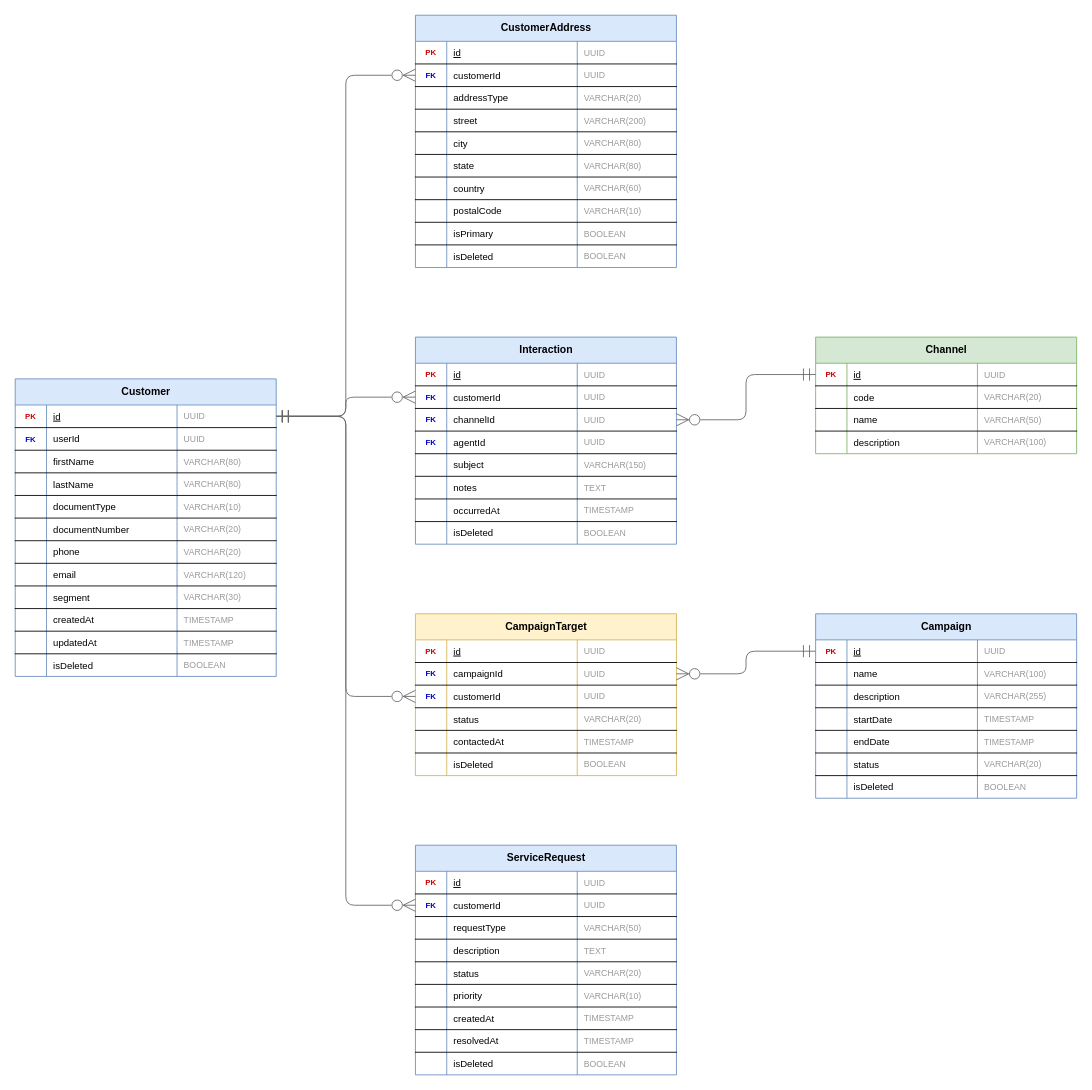
The draw.io diagram docs/diagrams/er/crm_er.drawio in javer-ia-nos/documentacion, before the edit. Source tidied: cells renumbered, new cells numbered last; positions are measured from the earlier drawing's top-left corner, leaving out a move shared by most shapes. Both pictures are drawn from the tidied source at 87%, with x=0, y=0 at pixel (15, 15).
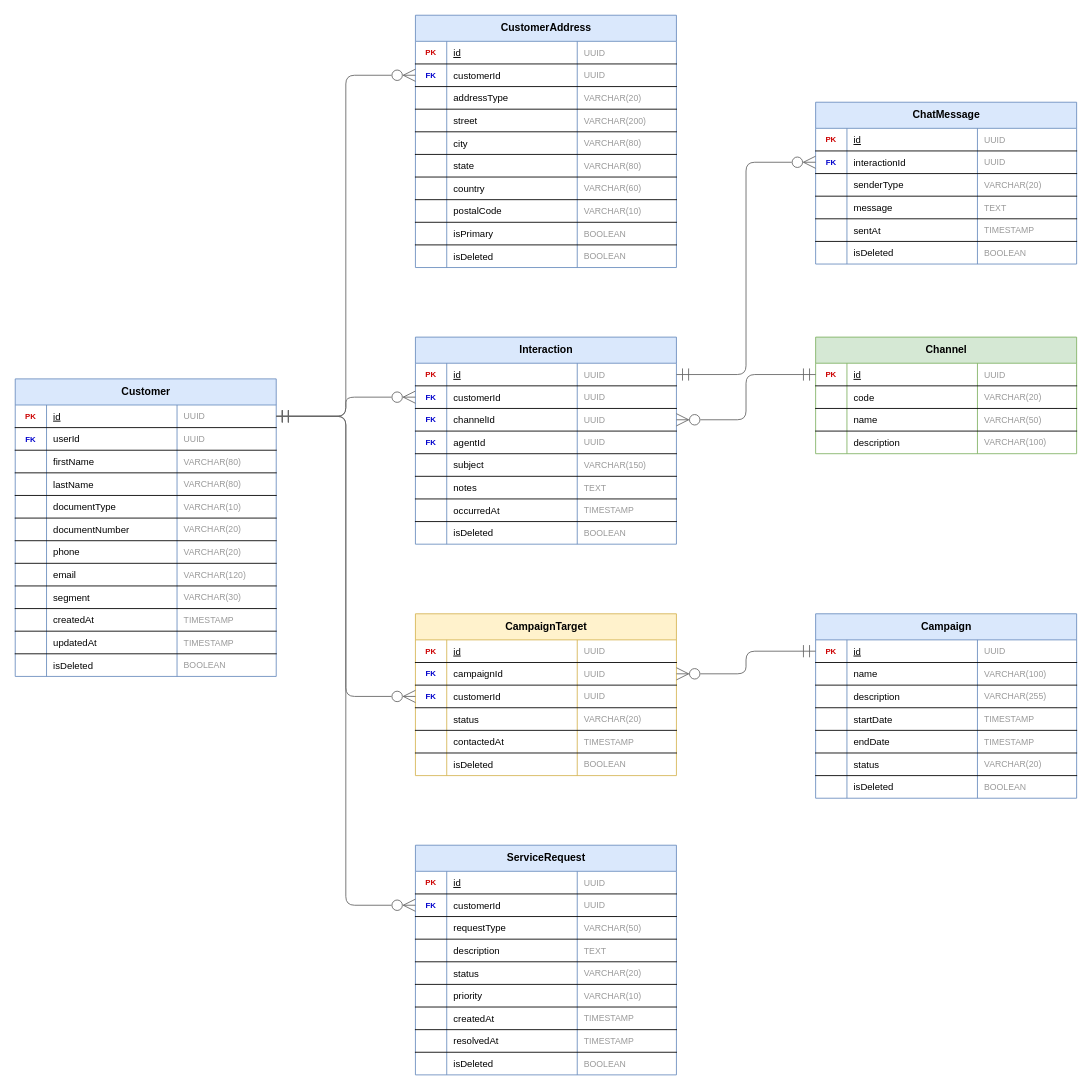
After the change.

Commit message (it also covers changes not shown here):
feat(docs): agregar entidad ChatMessage al modelo E/R de CRM (CU-02)

The change refers to these unchanged cells:
```xml
<mxCell id="93" style="shape=partialRectangle;fillColor=none;points=[[0,0.5],[1,0.5]];portConstraint=eastwest;top=0;left=0;right=0;bottom=1;" parent="92" vertex="1">
  <mxGeometry y="30" width="300" height="26" as="geometry" />
</mxCell>
```

The edit, as a diff of the source:
```diff
@@
+    <mxCell id="239" value="ChatMessage" style="shape=table;startSize=30;childLayout=tableLayout;rowLines=0;fontStyle=1;align=center;fillColor=#dae8fc;strokeColor=#6c8ebf;fontSize=12;html=1;" parent="1" vertex="1">
+      <mxGeometry x="920" y="100" width="300" height="186" as="geometry" />
+    </mxCell>
+    <mxCell id="240" style="shape=partialRectangle;fillColor=none;top=0;left=0;right=0;bottom=1;" parent="239" vertex="1">
+      <mxGeometry y="30" width="300" height="26" as="geometry" />
+    </mxCell>
+    <mxCell id="241" value="PK" style="shape=partialRectangle;overflow=hidden;fillColor=none;top=0;left=0;bottom=0;right=0;fontStyle=1;fontColor=#CC0000;fontSize=9;align=center;" parent="240" vertex="1">
+      <mxGeometry width="36" height="26" as="geometry" />
+    </mxCell>
+    <mxCell id="242" value="id" style="shape=partialRectangle;overflow=hidden;fillColor=none;top=0;left=0;bottom=0;right=0;align=left;spacingLeft=6;fontStyle=4;fontSize=11;" parent="240" vertex="1">
+      <mxGeometry x="36" width="150" height="26" as="geometry" />
+    </mxCell>
+    <mxCell id="243" value="UUID" style="shape=partialRectangle;overflow=hidden;fillColor=none;top=0;left=0;bottom=0;right=0;align=left;spacingLeft=6;fontColor=#999999;fontSize=10;" parent="240" vertex="1">
+      <mxGeometry x="186" width="114" height="26" as="geometry" />
+    </mxCell>
+    <mxCell id="244" style="shape=partialRectangle;fillColor=none;points=[[0,0.5],[1,0.5]];portConstraint=eastwest;top=0;left=0;right=0;bottom=1;" parent="239" vertex="1">
+      <mxGeometry y="56" width="300" height="26" as="geometry" />
+    </mxCell>
+    <mxCell id="245" value="FK" style="shape=partialRectangle;overflow=hidden;fillColor=none;top=0;left=0;bottom=0;right=0;fontStyle=1;fontColor=#0000CC;fontSize=9;align=center;" parent="244" vertex="1">
+      <mxGeometry width="36" height="26" as="geometry" />
+    </mxCell>
+    <mxCell id="246" value="interactionId" style="shape=partialRectangle;overflow=hidden;fillColor=none;top=0;left=0;bottom=0;right=0;align=left;spacingLeft=6;fontSize=11;" parent="244" vertex="1">
+      <mxGeometry x="36" width="150" height="26" as="geometry" />
+    </mxCell>
+    <mxCell id="247" value="UUID" style="shape=partialRectangle;overflow=hidden;fillColor=none;top=0;left=0;bottom=0;right=0;align=left;spacingLeft=6;fontColor=#999999;fontSize=10;" parent="244" vertex="1">
+      <mxGeometry x="186" width="114" height="26" as="geometry" />
+    </mxCell>
+    <mxCell id="248" style="shape=partialRectangle;fillColor=none;top=0;left=0;right=0;bottom=1;" parent="239" vertex="1">
+      <mxGeometry y="82" width="300" height="26" as="geometry" />
+    </mxCell>
+    <mxCell id="249" style="shape=partialRectangle;overflow=hidden;fillColor=none;top=0;left=0;bottom=0;right=0;fontColor=#333;fontSize=9;align=center;" parent="248" vertex="1">
+      <mxGeometry width="36" height="26" as="geometry" />
+    </mxCell>
+    <mxCell id="250" value="senderType" style="shape=partialRectangle;overflow=hidden;fillColor=none;top=0;left=0;bottom=0;right=0;align=left;spacingLeft=6;fontSize=11;" parent="248" vertex="1">
+      <mxGeometry x="36" width="150" height="26" as="geometry" />
+    </mxCell>
+    <mxCell id="251" value="VARCHAR(20)" style="shape=partialRectangle;overflow=hidden;fillColor=none;top=0;left=0;bottom=0;right=0;align=left;spacingLeft=6;fontColor=#999999;fontSize=10;" parent="248" vertex="1">
+      <mxGeometry x="186" width="114" height="26" as="geometry" />
+    </mxCell>
+    <mxCell id="252" style="shape=partialRectangle;fillColor=none;top=0;left=0;right=0;bottom=1;" parent="239" vertex="1">
+      <mxGeometry y="108" width="300" height="26" as="geometry" />
+    </mxCell>
+    <mxCell id="253" style="shape=partialRectangle;overflow=hidden;fillColor=none;top=0;left=0;bottom=0;right=0;fontColor=#333;fontSize=9;align=center;" parent="252" vertex="1">
+      <mxGeometry width="36" height="26" as="geometry" />
+    </mxCell>
+    <mxCell id="254" value="message" style="shape=partialRectangle;overflow=hidden;fillColor=none;top=0;left=0;bottom=0;right=0;align=left;spacingLeft=6;fontSize=11;" parent="252" vertex="1">
+      <mxGeometry x="36" width="150" height="26" as="geometry" />
+    </mxCell>
+    <mxCell id="255" value="TEXT" style="shape=partialRectangle;overflow=hidden;fillColor=none;top=0;left=0;bottom=0;right=0;align=left;spacingLeft=6;fontColor=#999999;fontSize=10;" parent="252" vertex="1">
+      <mxGeometry x="186" width="114" height="26" as="geometry" />
+    </mxCell>
+    <mxCell id="256" style="shape=partialRectangle;fillColor=none;top=0;left=0;right=0;bottom=1;" parent="239" vertex="1">
+      <mxGeometry y="134" width="300" height="26" as="geometry" />
+    </mxCell>
+    <mxCell id="257" style="shape=partialRectangle;overflow=hidden;fillColor=none;top=0;left=0;bottom=0;right=0;fontColor=#333;fontSize=9;align=center;" parent="256" vertex="1">
+      <mxGeometry width="36" height="26" as="geometry" />
+    </mxCell>
+    <mxCell id="258" value="sentAt" style="shape=partialRectangle;overflow=hidden;fillColor=none;top=0;left=0;bottom=0;right=0;align=left;spacingLeft=6;fontSize=11;" parent="256" vertex="1">
+      <mxGeometry x="36" width="150" height="26" as="geometry" />
+    </mxCell>
+    <mxCell id="259" value="TIMESTAMP" style="shape=partialRectangle;overflow=hidden;fillColor=none;top=0;left=0;bottom=0;right=0;align=left;spacingLeft=6;fontColor=#999999;fontSize=10;" parent="256" vertex="1">
+      <mxGeometry x="186" width="114" height="26" as="geometry" />
+    </mxCell>
+    <mxCell id="260" style="shape=partialRectangle;fillColor=none;top=0;left=0;right=0;bottom=0;" parent="239" vertex="1">
+      <mxGeometry y="160" width="300" height="26" as="geometry" />
+    </mxCell>
+    <mxCell id="261" style="shape=partialRectangle;overflow=hidden;fillColor=none;top=0;left=0;bottom=0;right=0;fontColor=#333;fontSize=9;align=center;" parent="260" vertex="1">
+      <mxGeometry width="36" height="26" as="geometry" />
+    </mxCell>
+    <mxCell id="262" value="isDeleted" style="shape=partialRectangle;overflow=hidden;fillColor=none;top=0;left=0;bottom=0;right=0;align=left;spacingLeft=6;fontSize=11;" parent="260" vertex="1">
+      <mxGeometry x="36" width="150" height="26" as="geometry" />
+    </mxCell>
+    <mxCell id="263" value="BOOLEAN" style="shape=partialRectangle;overflow=hidden;fillColor=none;top=0;left=0;bottom=0;right=0;align=left;spacingLeft=6;fontColor=#999999;fontSize=10;" parent="260" vertex="1">
+      <mxGeometry x="186" width="114" height="26" as="geometry" />
+    </mxCell>
+    <mxCell id="264" style="edgeStyle=orthogonalEdgeStyle;rounded=1;jettySize=auto;html=1;exitX=1;exitY=0.5;exitDx=0;exitDy=0;entryX=0;entryY=0.5;entryDx=0;entryDy=0;strokeColor=#666666;startArrow=ERmandOne;startFill=0;endArrow=ERzeroToMany;endFill=0;startSize=12;endSize=12;" parent="1" edge="1" source="93" target="244">
+      <mxGeometry relative="1" as="geometry" />
+    </mxCell>
```
